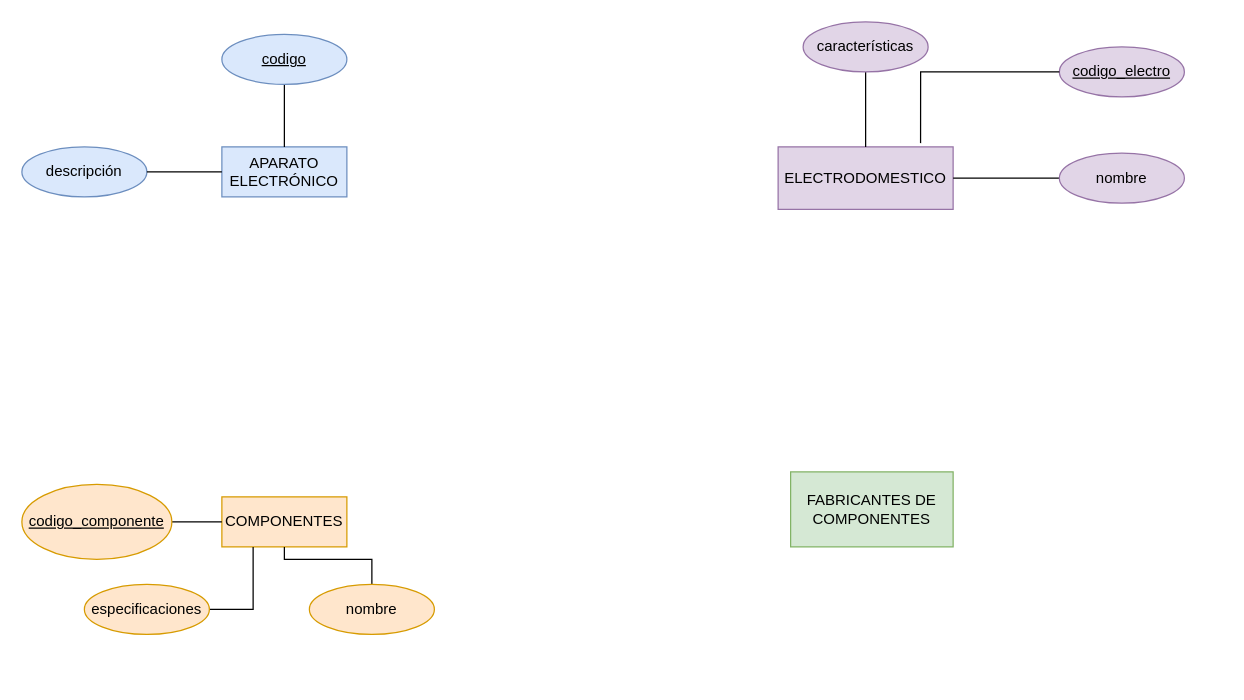
Above: REPASO.drawio in Mharis13/Draw.io (draw.io), before the change. Source tidied: cells renumbered, new cells numbered last; positions are measured from the earlier drawing's top-left corner, leaving out a move shared by most shapes. Both pictures are drawn from the tidied source at 125%, with x=0, y=0 at pixel (21, 21).
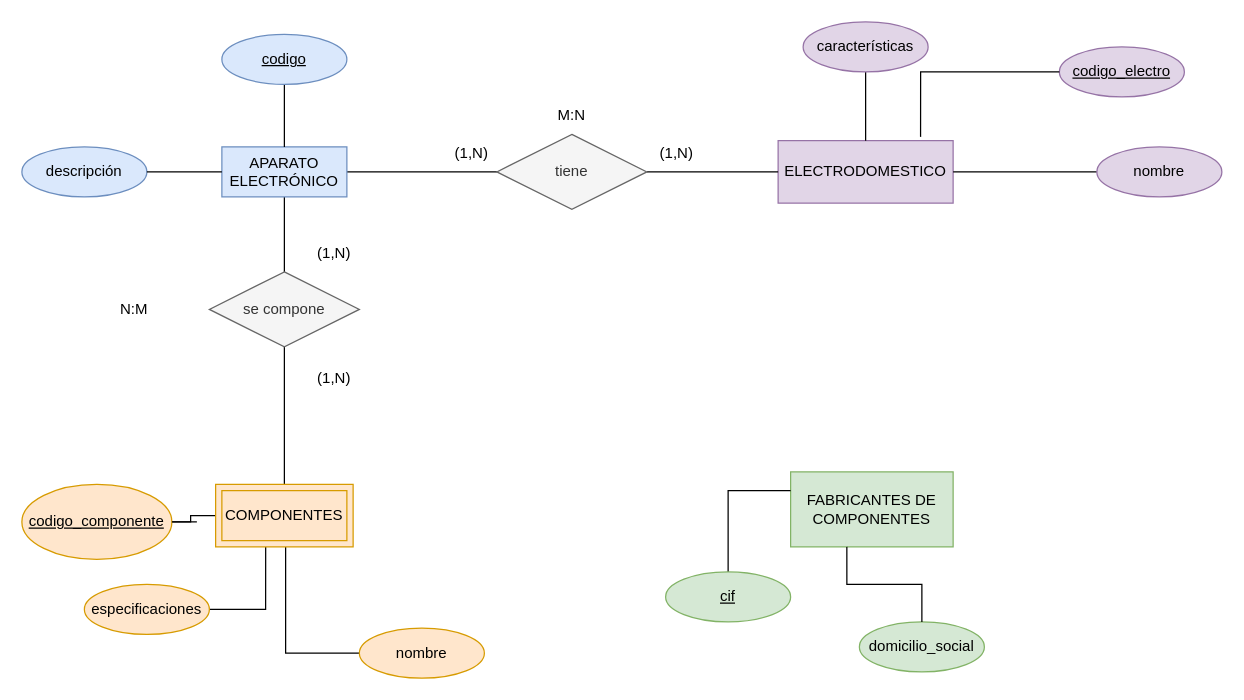
The same page after the edit.

Unchanged cells that the change refers to:
```xml
<mxCell id="2" value="FABRICANTES DE COMPONENTES" style="whiteSpace=wrap;html=1;align=center;fillColor=#d5e8d4;strokeColor=#82b366;" parent="1" vertex="1">
  <mxGeometry x="615" y="360" width="130" height="60" as="geometry" />
</mxCell>
<mxCell id="4" value="APARATO ELECTRÓNICO" style="whiteSpace=wrap;html=1;align=center;fillColor=#dae8fc;strokeColor=#6c8ebf;" parent="1" vertex="1">
  <mxGeometry x="160" y="100" width="100" height="40" as="geometry" />
</mxCell>
<mxCell id="17" value="codigo_componente" style="ellipse;whiteSpace=wrap;html=1;align=center;fontStyle=4;fillColor=#ffe6cc;strokeColor=#d79b00;" parent="1" vertex="1">
  <mxGeometry y="370" width="120" height="60" as="geometry" />
</mxCell>
<mxCell id="19" value="especificaciones" style="ellipse;whiteSpace=wrap;html=1;align=center;fillColor=#ffe6cc;strokeColor=#d79b00;" parent="1" vertex="1">
  <mxGeometry x="50" y="450" width="100" height="40" as="geometry" />
</mxCell>
```

Diff of the diagram source:
```diff
@@
-    <mxCell id="3" value="COMPONENTES" style="whiteSpace=wrap;html=1;align=center;fillColor=#ffe6cc;strokeColor=#d79b00;" parent="1" vertex="1">
-      <mxGeometry x="160" y="380" width="100" height="40" as="geometry" />
-    </mxCell>
+    <mxCell id="22" style="edgeStyle=orthogonalEdgeStyle;rounded=0;jettySize=auto;html=1;endArrow=none;endFill=0;" parent="1" edge="1" source="4" target="29">
+      <mxGeometry relative="1" as="geometry" />
+    </mxCell>
+    <mxCell id="23" style="edgeStyle=orthogonalEdgeStyle;rounded=0;jettySize=auto;html=1;entryX=0.5;entryY=0;entryDx=0;entryDy=0;endArrow=none;endFill=0;" parent="1" edge="1" source="4" target="34">
+      <mxGeometry relative="1" as="geometry" />
+    </mxCell>
@@
     <mxCell id="5" value="ELECTRODOMESTICO" style="whiteSpace=wrap;html=1;align=center;fillColor=#e1d5e7;strokeColor=#9673a6;" parent="1" vertex="1">
-      <mxGeometry x="605" y="100" width="140" height="50" as="geometry" />
+      <mxGeometry x="605" y="95" width="140" height="50" as="geometry" />
     </mxCell>
@@
     <mxCell id="11" value="nombre" style="ellipse;whiteSpace=wrap;html=1;align=center;fillColor=#e1d5e7;strokeColor=#9673a6;" parent="1" vertex="1">
-      <mxGeometry x="830" y="105" width="100" height="40" as="geometry" />
+      <mxGeometry x="860" y="100" width="100" height="40" as="geometry" />
     </mxCell>
@@
-    <mxCell id="16" style="edgeStyle=orthogonalEdgeStyle;rounded=0;jettySize=auto;html=1;entryX=0;entryY=0.5;entryDx=0;entryDy=0;endArrow=none;endFill=0;" parent="1" edge="1" source="17" target="3">
-      <mxGeometry relative="1" as="geometry" />
+    <mxCell id="16" style="edgeStyle=orthogonalEdgeStyle;rounded=0;jettySize=auto;html=1;endArrow=none;endFill=0;" parent="1" edge="1" source="17">
+      <mxGeometry relative="1" as="geometry">
+        <mxPoint x="130" y="400" as="targetPoint" />
+      </mxGeometry>
     </mxCell>
@@
-    <mxCell id="18" style="edgeStyle=orthogonalEdgeStyle;rounded=0;jettySize=auto;html=1;entryX=0.25;entryY=1;entryDx=0;entryDy=0;endArrow=none;endFill=0;" parent="1" edge="1" source="19" target="3">
+    <mxCell id="18" style="edgeStyle=orthogonalEdgeStyle;rounded=0;jettySize=auto;html=1;endArrow=none;endFill=0;entryX=0.364;entryY=1;entryDx=0;entryDy=0;entryPerimeter=0;" parent="1" edge="1" source="19" target="3">
       <mxGeometry relative="1" as="geometry" />
     </mxCell>
@@
-    <mxCell id="20" style="edgeStyle=orthogonalEdgeStyle;rounded=0;jettySize=auto;html=1;entryX=0.5;entryY=1;entryDx=0;entryDy=0;endArrow=none;endFill=0;" parent="1" edge="1" source="21" target="3">
-      <mxGeometry relative="1" as="geometry" />
+    <mxCell id="20" style="edgeStyle=orthogonalEdgeStyle;rounded=0;jettySize=auto;html=1;endArrow=none;endFill=0;" parent="1" edge="1" source="21" target="3">
+      <mxGeometry relative="1" as="geometry">
+        <Array as="points">
+          <mxPoint x="211" y="505" />
+        </Array>
+      </mxGeometry>
     </mxCell>
     <mxCell id="21" value="nombre" style="ellipse;whiteSpace=wrap;html=1;align=center;fillColor=#ffe6cc;strokeColor=#d79b00;" parent="1" vertex="1">
-      <mxGeometry x="230" y="450" width="100" height="40" as="geometry" />
+      <mxGeometry x="270" y="485" width="100" height="40" as="geometry" />
     </mxCell>
+    <mxCell id="24" style="edgeStyle=orthogonalEdgeStyle;rounded=0;jettySize=auto;html=1;entryX=0;entryY=0.25;entryDx=0;entryDy=0;endArrow=none;endFill=0;" parent="1" edge="1" source="25" target="2">
+      <mxGeometry relative="1" as="geometry" />
+    </mxCell>
+    <mxCell id="25" value="cif" style="ellipse;whiteSpace=wrap;html=1;align=center;fontStyle=4;fillColor=#d5e8d4;strokeColor=#82b366;" parent="1" vertex="1">
+      <mxGeometry x="515" y="440" width="100" height="40" as="geometry" />
+    </mxCell>
+    <mxCell id="26" value="&lt;div&gt;domicilio_social&lt;/div&gt;" style="ellipse;whiteSpace=wrap;html=1;align=center;fillColor=#d5e8d4;strokeColor=#82b366;" parent="1" vertex="1">
+      <mxGeometry x="670" y="480" width="100" height="40" as="geometry" />
+    </mxCell>
+    <mxCell id="27" style="edgeStyle=orthogonalEdgeStyle;rounded=0;jettySize=auto;html=1;entryX=0.346;entryY=1;entryDx=0;entryDy=0;entryPerimeter=0;endArrow=none;endFill=0;" parent="1" edge="1" source="26" target="2">
+      <mxGeometry relative="1" as="geometry" />
+    </mxCell>
+    <mxCell id="28" style="edgeStyle=orthogonalEdgeStyle;rounded=0;jettySize=auto;html=1;endArrow=none;endFill=0;" parent="1" edge="1" source="29" target="5">
+      <mxGeometry relative="1" as="geometry" />
+    </mxCell>
+    <mxCell id="29" value="tiene" style="shape=rhombus;perimeter=rhombusPerimeter;whiteSpace=wrap;html=1;align=center;fillColor=#f5f5f5;strokeColor=#666666;fontColor=#333333;" parent="1" vertex="1">
+      <mxGeometry x="380" y="90" width="120" height="60" as="geometry" />
+    </mxCell>
+    <mxCell id="30" value="(1,N)" style="text;html=1;strokeColor=none;fillColor=none;align=center;verticalAlign=middle;whiteSpace=wrap;rounded=0;" parent="1" vertex="1">
+      <mxGeometry x="330" y="90" width="60" height="30" as="geometry" />
+    </mxCell>
+    <mxCell id="31" value="(1,N)" style="text;html=1;strokeColor=none;fillColor=none;align=center;verticalAlign=middle;whiteSpace=wrap;rounded=0;" parent="1" vertex="1">
+      <mxGeometry x="494" y="90" width="60" height="30" as="geometry" />
+    </mxCell>
+    <mxCell id="32" value="M:N" style="text;html=1;strokeColor=none;fillColor=none;align=center;verticalAlign=middle;whiteSpace=wrap;rounded=0;" parent="1" vertex="1">
+      <mxGeometry x="410" y="60" width="60" height="30" as="geometry" />
+    </mxCell>
+    <mxCell id="33" style="edgeStyle=orthogonalEdgeStyle;rounded=0;jettySize=auto;html=1;endArrow=none;endFill=0;" parent="1" edge="1" source="34" target="3">
+      <mxGeometry relative="1" as="geometry" />
+    </mxCell>
+    <mxCell id="34" value="se compone" style="shape=rhombus;perimeter=rhombusPerimeter;whiteSpace=wrap;html=1;align=center;fillColor=#f5f5f5;fontColor=#333333;strokeColor=#666666;" parent="1" vertex="1">
+      <mxGeometry x="150" y="200" width="120" height="60" as="geometry" />
+    </mxCell>
+    <mxCell id="35" style="edgeStyle=orthogonalEdgeStyle;rounded=0;jettySize=auto;html=1;endArrow=none;endFill=0;" parent="1" edge="1" source="3" target="17">
+      <mxGeometry relative="1" as="geometry" />
+    </mxCell>
+    <mxCell id="3" value="COMPONENTES" style="shape=ext;margin=3;double=1;whiteSpace=wrap;html=1;align=center;fillColor=#ffe6cc;strokeColor=#d79b00;" parent="1" vertex="1">
+      <mxGeometry x="155" y="370" width="110" height="50" as="geometry" />
+    </mxCell>
+    <mxCell id="36" value="(1,N)" style="text;html=1;strokeColor=none;fillColor=none;align=center;verticalAlign=middle;whiteSpace=wrap;rounded=0;" parent="1" vertex="1">
+      <mxGeometry x="220" y="170" width="60" height="30" as="geometry" />
+    </mxCell>
+    <mxCell id="37" value="(1,N)" style="text;html=1;strokeColor=none;fillColor=none;align=center;verticalAlign=middle;whiteSpace=wrap;rounded=0;" parent="1" vertex="1">
+      <mxGeometry x="220" y="270" width="60" height="30" as="geometry" />
+    </mxCell>
+    <mxCell id="38" value="N:M" style="text;html=1;strokeColor=none;fillColor=none;align=center;verticalAlign=middle;whiteSpace=wrap;rounded=0;" parent="1" vertex="1">
+      <mxGeometry x="60" y="215" width="60" height="30" as="geometry" />
+    </mxCell>
```
